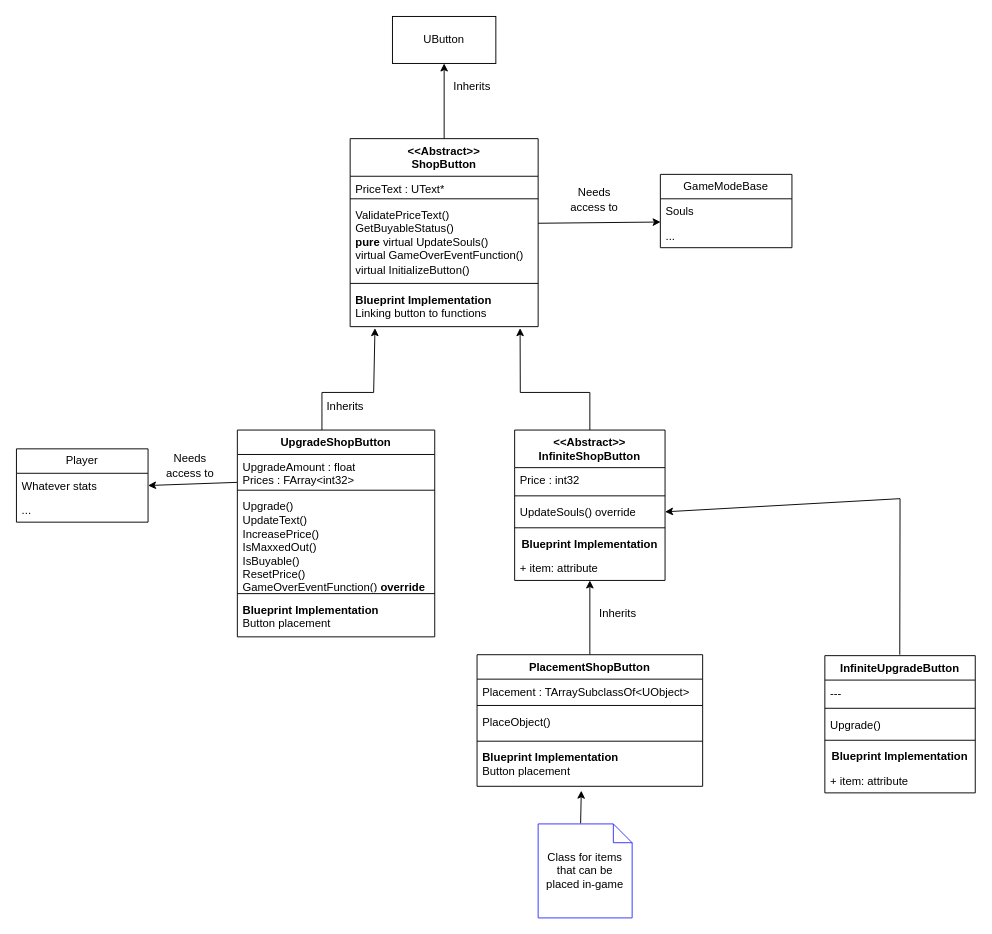
This is Design/ShopButtonDesign.drawio from Edge321/DragonsDefense_v2, a draw.io file, before an edit. Source tidied: cells renumbered, new cells numbered last; positions are measured from the earlier drawing's top-left corner, leaving out a move shared by most shapes. Both pictures are drawn from the tidied source at 94%, with x=0, y=0 at pixel (16, 16).
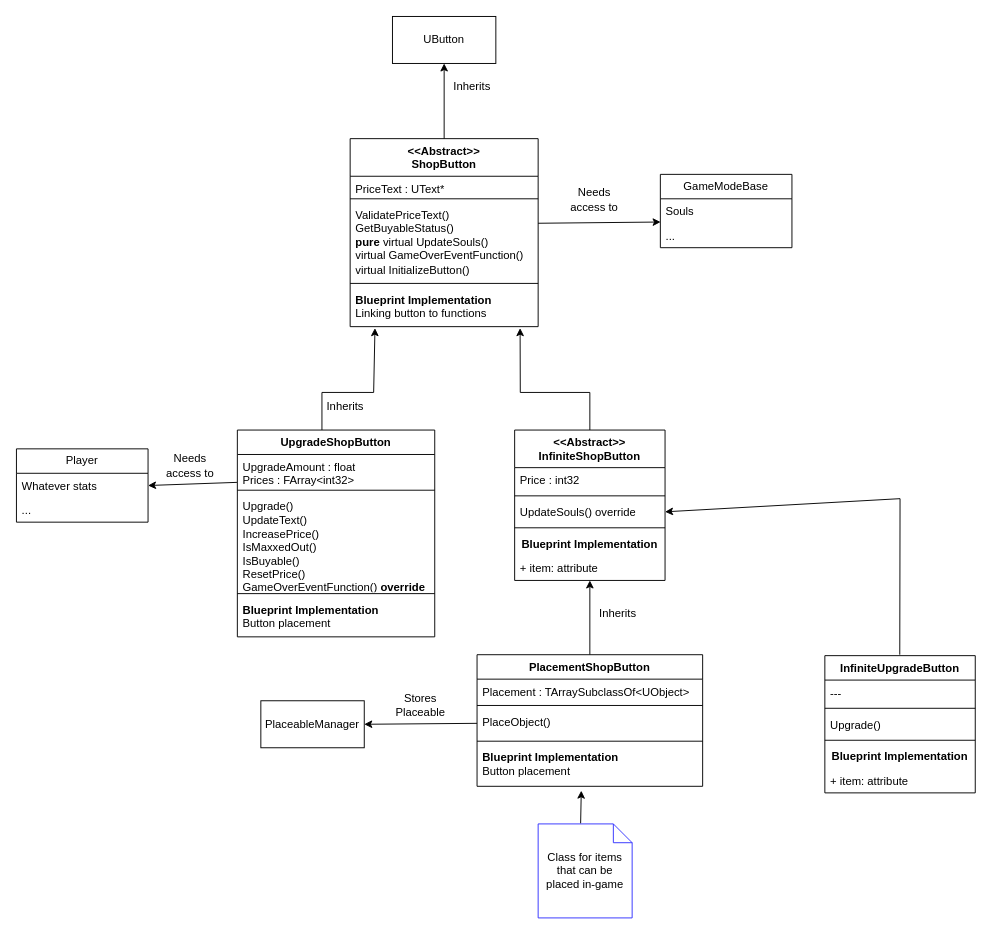
The same page after the edit.

The change refers to these unchanged cells:
```xml
<mxCell id="24" value="PlaceObject()" style="text;strokeColor=none;fillColor=none;align=left;verticalAlign=top;spacingLeft=4;spacingRight=4;overflow=hidden;points=[[0,0.5],[1,0.5]];portConstraint=eastwest;whiteSpace=wrap;html=1;" parent="21" vertex="1">
  <mxGeometry y="58" width="240" height="30" as="geometry" />
</mxCell>
```

The edit, as a diff of the source:
```diff
@@
+    <mxCell id="55" style="endArrow=classic;html=1;rounded=0;exitX=0;exitY=0.5;exitDx=0;exitDy=0;entryX=1;entryY=0.5;entryDx=0;entryDy=0;" parent="1" edge="1" source="24" target="56">
+      <mxGeometry relative="1" as="geometry" />
+    </mxCell>
+    <mxCell id="56" value="PlaceableManager" style="html=1;whiteSpace=wrap;" parent="1" vertex="1">
+      <mxGeometry x="260" y="728" width="110" height="50" as="geometry" />
+    </mxCell>
+    <mxCell id="57" value="Stores Placeable" style="text;html=1;strokeColor=none;fillColor=none;align=center;verticalAlign=middle;whiteSpace=wrap;rounded=0;" parent="1" vertex="1">
+      <mxGeometry x="400" y="718" width="60" height="30" as="geometry" />
+    </mxCell>
```
